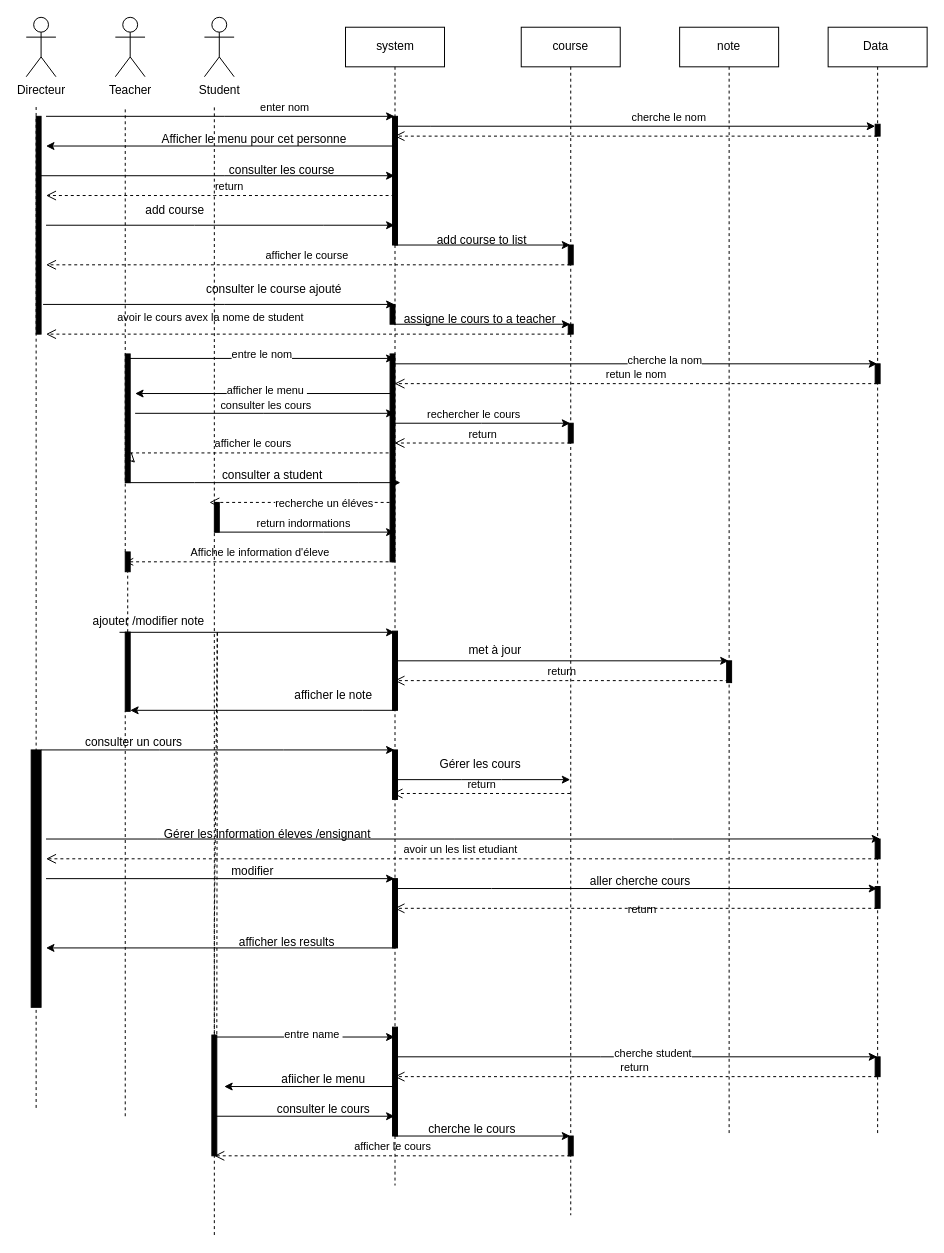
johandeschamps/gestion_ecole keeps this draw.io diagram as docs/diagramme(s) de séquences (de certains cas d'utilisation).drawio. Above is the earlier version. Source tidied: cells renumbered, new cells numbered last; positions are measured from the earlier drawing's top-left corner, leaving out a move shared by most shapes. Both pictures are drawn from the tidied source at 99%, with x=0, y=0 at pixel (26, 17).
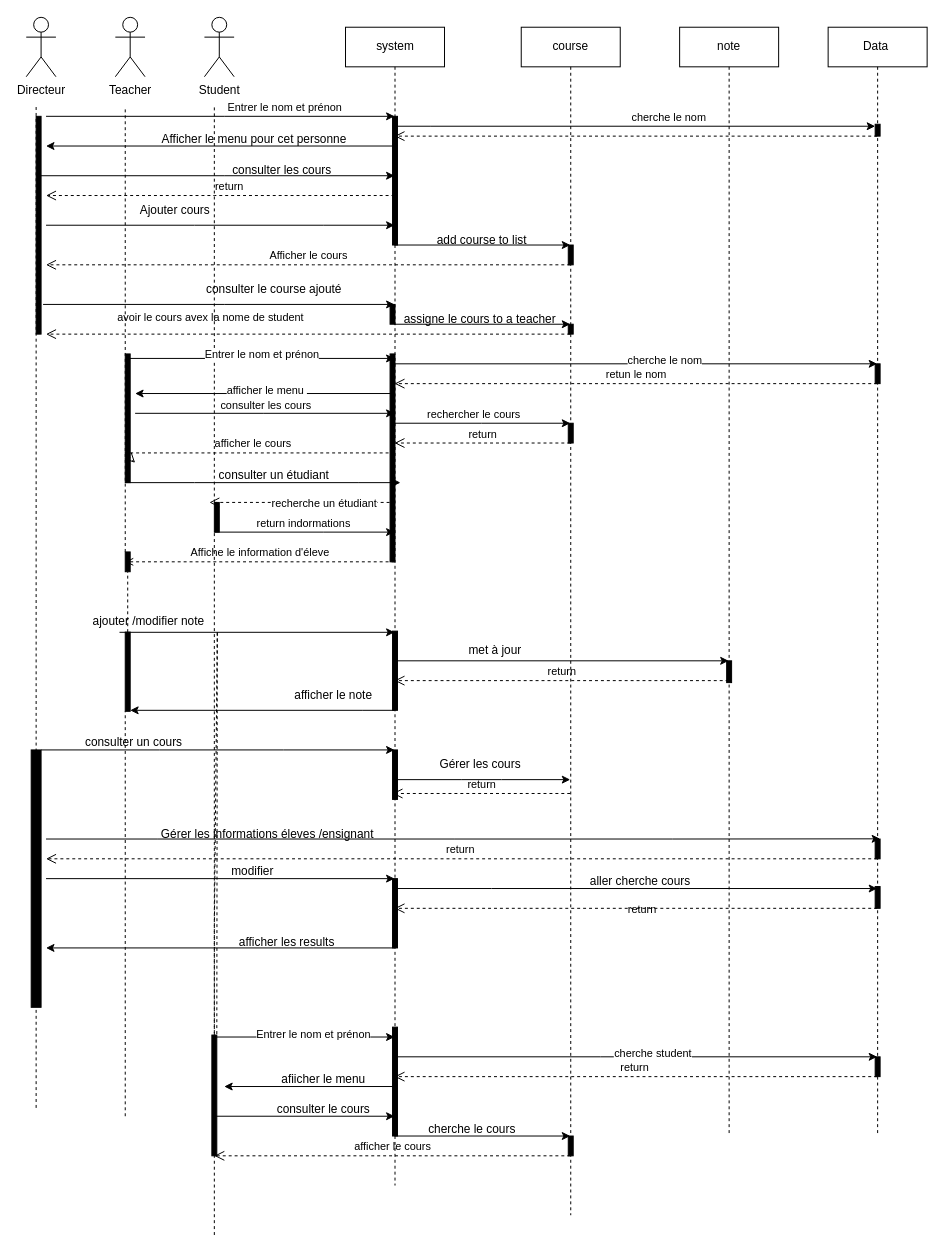
The same diagram, later.

Commit message:
Mettre à jour diagramme(s) de séquences (de certains cas d'utilisation).drawio

Unchanged cells that the change refers to:
```xml
<mxCell id="3" value="course" style="shape=umlLifeline;perimeter=lifelinePerimeter;whiteSpace=wrap;html=1;outlineConnect=0;portConstraint=eastwest;newEdgeStyle={&quot;edgeStyle&quot;:&quot;elbowEdgeStyle&quot;,&quot;elbow&quot;:&quot;vertical&quot;,&quot;curved&quot;:0,&quot;rounded&quot;:0};" parent="1" vertex="1">
  <mxGeometry x="500" y="10" width="100" height="1200" as="geometry" />
</mxCell>
<mxCell id="17" value="Data&amp;nbsp;" style="shape=umlLifeline;perimeter=lifelinePerimeter;whiteSpace=wrap;html=1;outlineConnect=0;portConstraint=eastwest;newEdgeStyle={&quot;edgeStyle&quot;:&quot;elbowEdgeStyle&quot;,&quot;elbow&quot;:&quot;vertical&quot;,&quot;curved&quot;:0,&quot;rounded&quot;:0};" parent="1" vertex="1">
  <mxGeometry x="810" y="10" width="100" height="1120" as="geometry" />
</mxCell>
<mxCell id="31" style="endArrow=classic;html=1;rounded=0;" parent="1" edge="1" target="15">
  <mxGeometry relative="1" as="geometry">
    <mxPoint x="190" y="520" as="sourcePoint" />
    <Array as="points">
      <mxPoint x="300" y="520" />
    </Array>
  </mxGeometry>
</mxCell>
<mxCell id="53" style="html=1;points=[];perimeter=orthogonalPerimeter;fillColor=strokeColor;" parent="1" vertex="1">
  <mxGeometry x="5" y="740" width="10" height="260" as="geometry" />
</mxCell>
<mxCell id="70" style="endArrow=classic;html=1;rounded=0;" parent="1" edge="1" target="15">
  <mxGeometry relative="1" as="geometry">
    <mxPoint x="20" y="100" as="sourcePoint" />
    <Array as="points">
      <mxPoint x="200" y="100" />
    </Array>
  </mxGeometry>
</mxCell>
<mxCell id="77" style="endArrow=classic;html=1;rounded=0;exitX=0.72;exitY=0.035;exitDx=0;exitDy=0;exitPerimeter=0;" parent="1" edge="1" source="22" target="15">
  <mxGeometry relative="1" as="geometry" />
</mxCell>
<mxCell id="79" style="endArrow=classic;html=1;rounded=0;" parent="1" edge="1" target="17">
  <mxGeometry relative="1" as="geometry">
    <mxPoint x="370" y="350" as="sourcePoint" />
  </mxGeometry>
</mxCell>
<mxCell id="84" style="endArrow=classic;html=1;rounded=0;" parent="1" edge="1" target="15">
  <mxGeometry relative="1" as="geometry">
    <mxPoint x="190" y="1030" as="sourcePoint" />
  </mxGeometry>
</mxCell>
```

What changed in the source:
```diff
@@
-    <mxCell id="8" value="add course" style="text;html=1;align=center;verticalAlign=middle;strokeColor=none;fillColor=none;" parent="1" vertex="1">
-      <mxGeometry x="110" y="180" width="80" height="30" as="geometry" />
+    <mxCell id="8" value="Ajouter cours" style="text;html=1;align=center;verticalAlign=middle;strokeColor=none;fillColor=none;" parent="1" vertex="1">
+      <mxGeometry x="105" y="180" width="90" height="30" as="geometry" />
     </mxCell>
@@
-    <mxCell id="10" value="afficher le course&amp;nbsp;" style="endArrow=open;startArrow=none;endFill=0;startFill=0;endSize=8;html=1;verticalAlign=bottom;dashed=1;labelBackgroundColor=none;rounded=0;" parent="1" edge="1" source="3">
+    <mxCell id="10" value="Afficher le cours" style="endArrow=open;startArrow=none;endFill=0;startFill=0;endSize=8;html=1;verticalAlign=bottom;dashed=1;labelBackgroundColor=none;rounded=0;" parent="1" edge="1" source="3">
       <mxGeometry relative="1" as="geometry">
         <mxPoint x="20" y="250" as="targetPoint" />
         <Array as="points">
           <mxPoint x="290" y="250" />
         </Array>
       </mxGeometry>
     </mxCell>
@@
-    <mxCell id="16" value="consulter les course" style="text;html=1;align=center;verticalAlign=middle;strokeColor=none;fillColor=none;" parent="1" vertex="1">
-      <mxGeometry x="192.5" y="140" width="130" height="30" as="geometry" />
+    <mxCell id="16" value="consulter les cours" style="text;html=1;align=center;verticalAlign=middle;strokeColor=none;fillColor=none;" parent="1" vertex="1">
+      <mxGeometry x="197.5" y="140" width="120" height="30" as="geometry" />
     </mxCell>
@@
-    <mxCell id="28" value="consulter a student&amp;nbsp;" style="text;html=1;align=center;verticalAlign=middle;strokeColor=none;fillColor=none;" parent="1" vertex="1">
+    <mxCell id="28" value="consulter un étudiant" style="text;html=1;align=center;verticalAlign=middle;strokeColor=none;fillColor=none;" parent="1" vertex="1">
       <mxGeometry x="185" y="448" width="130" height="30" as="geometry" />
     </mxCell>
@@
-    <mxCell id="32" value="recherche un éléves" style="edgeLabel;html=1;align=center;verticalAlign=middle;" parent="31" vertex="1">
+    <mxCell id="32" value="recherche un étudiant" style="edgeLabel;html=1;align=center;verticalAlign=middle;" parent="31" vertex="1">
       <mxGeometry x="-0.01" y="-6" relative="1" as="geometry">
         <mxPoint x="20" y="-36" as="offset" />
       </mxGeometry>
     </mxCell>
@@
-    <mxCell id="51" value="Gérer les information éleves /ensignant&amp;nbsp;" style="text;html=1;align=center;verticalAlign=middle;strokeColor=none;fillColor=none;" parent="1" vertex="1">
+    <mxCell id="51" value="Gérer les informations éleves /ensignant&amp;nbsp;" style="text;html=1;align=center;verticalAlign=middle;strokeColor=none;fillColor=none;" parent="1" vertex="1">
       <mxGeometry x="125" y="810" width="240" height="30" as="geometry" />
     </mxCell>
@@
-    <mxCell id="62" value="avoir un les list etudiant&amp;nbsp;" style="endArrow=open;startArrow=none;endFill=0;startFill=0;endSize=8;html=1;verticalAlign=bottom;dashed=1;labelBackgroundColor=none;rounded=0;entryX=1.5;entryY=0.423;entryDx=0;entryDy=0;entryPerimeter=0;" parent="1" edge="1" source="17" target="53">
-      <mxGeometry relative="1" as="geometry">
-        <Array as="points">
-          <mxPoint x="430" y="850" />
-        </Array>
-      </mxGeometry>
+    <mxCell id="62" value="return&amp;nbsp;" style="endArrow=open;startArrow=none;endFill=0;startFill=0;endSize=8;html=1;verticalAlign=bottom;dashed=1;labelBackgroundColor=none;rounded=0;entryX=1.5;entryY=0.423;entryDx=0;entryDy=0;entryPerimeter=0;" parent="1" edge="1" source="17" target="53">
+      <mxGeometry relative="1" as="geometry" />
     </mxCell>
@@
-    <mxCell id="71" value="enter nom" style="edgeLabel;html=1;align=center;verticalAlign=middle;" parent="70" vertex="1">
+    <mxCell id="71" value="Entrer le nom et prénon" style="edgeLabel;html=1;align=center;verticalAlign=middle;" parent="70" vertex="1">
       <mxGeometry x="0.32" y="-1" relative="1" as="geometry">
         <mxPoint x="8" y="-11" as="offset" />
       </mxGeometry>
     </mxCell>
@@
-    <mxCell id="78" value="entre le nom" style="edgeLabel;html=1;align=center;verticalAlign=middle;" parent="77" vertex="1">
+    <mxCell id="78" value="Entrer le nom et prénon" style="edgeLabel;html=1;align=center;verticalAlign=middle;" parent="77" vertex="1">
       <mxGeometry y="4" relative="1" as="geometry" />
     </mxCell>
@@
-    <mxCell id="80" value="cherche la nom" style="edgeLabel;html=1;align=center;verticalAlign=middle;" parent="79" vertex="1">
+    <mxCell id="80" value="cherche le nom" style="edgeLabel;html=1;align=center;verticalAlign=middle;" parent="79" vertex="1">
       <mxGeometry x="0.12" y="4" relative="1" as="geometry" />
     </mxCell>
@@
-    <mxCell id="85" value="entre name&amp;nbsp;" style="edgeLabel;html=1;align=center;verticalAlign=middle;" parent="84" vertex="1">
+    <mxCell id="85" value="Entrer le nom et prénon" style="edgeLabel;html=1;align=center;verticalAlign=middle;" parent="84" vertex="1">
       <mxGeometry x="0.09" y="4" relative="1" as="geometry" />
     </mxCell>
```
